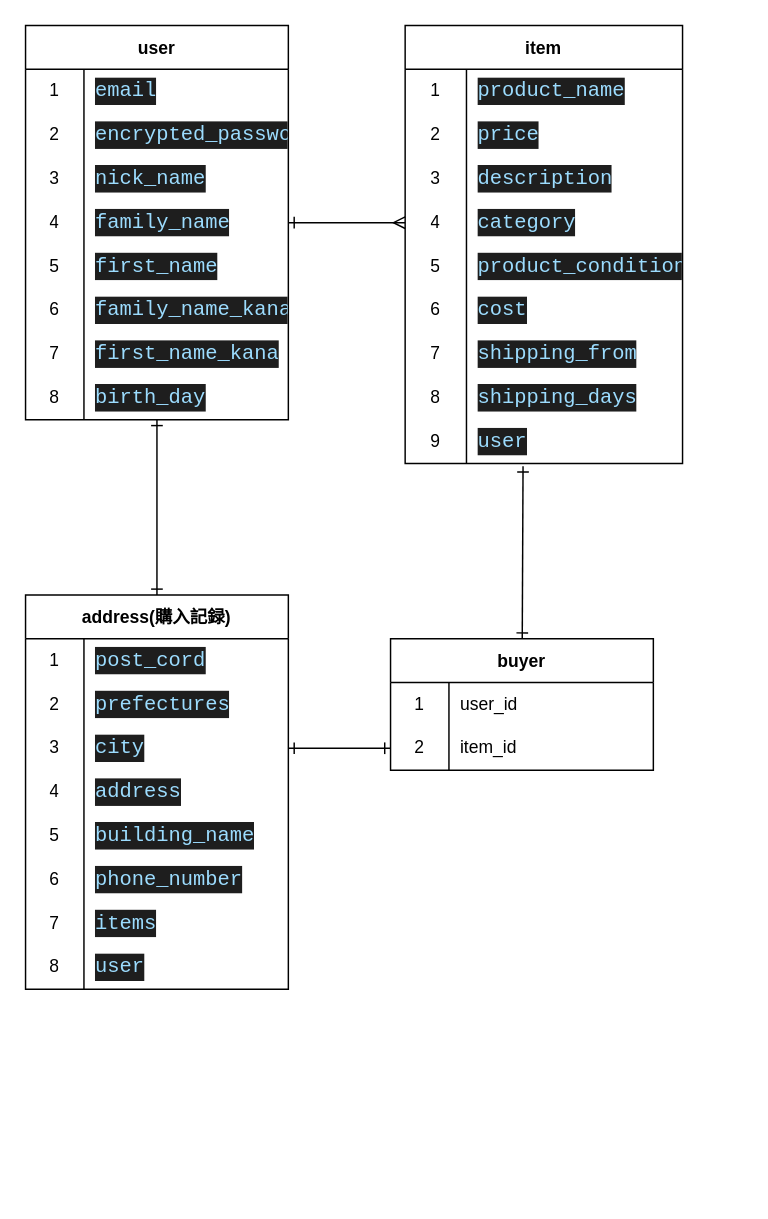
k-zyw/furima-39194-a keeps this draw.io diagram as frima.dio. Above is the earlier version. Source tidied: cells renumbered, new cells numbered last; positions are measured from the earlier drawing's top-left corner, leaving out a move shared by most shapes. Both pictures are drawn from the tidied source at 146%, with x=0, y=0 at pixel (25, 25).
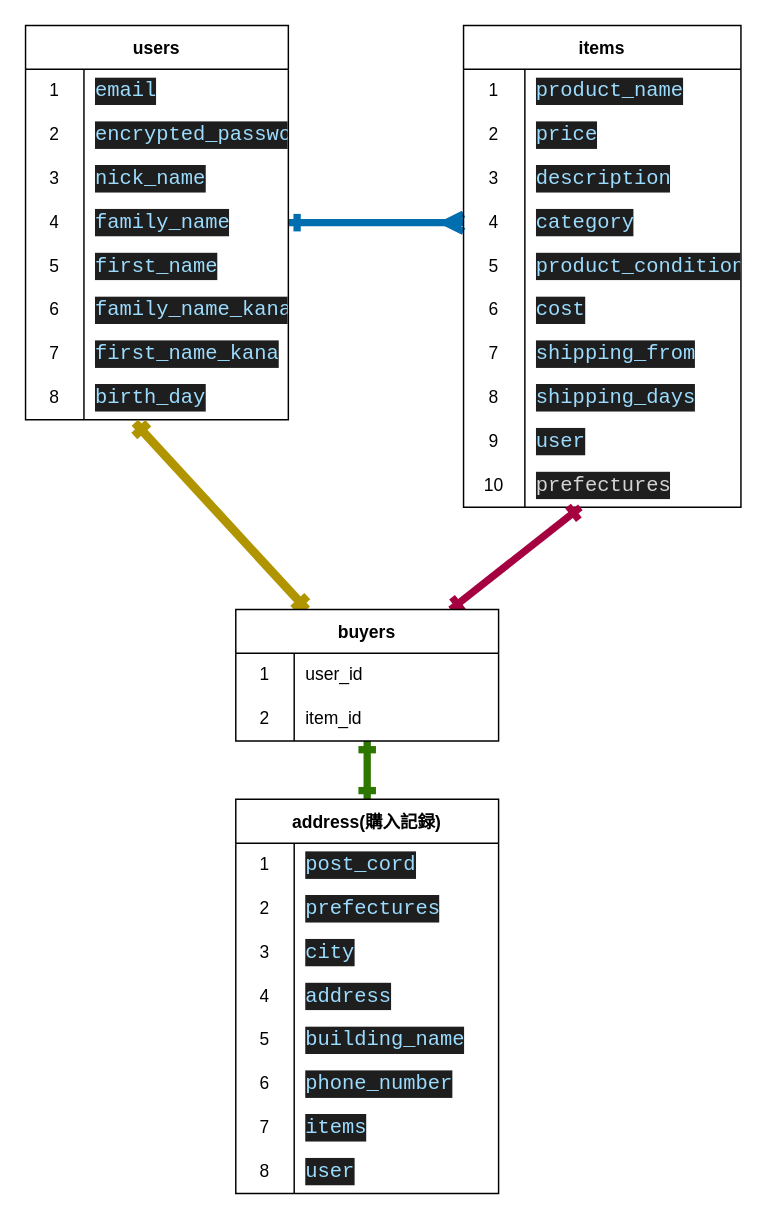
The same diagram, later.

The change refers to these unchanged cells:
```xml
<mxCell id="25" style="shape=tableRow;horizontal=0;startSize=0;swimlaneHead=0;swimlaneBody=0;top=0;left=0;bottom=0;right=0;fillColor=none;points=[[0,0.5],[1,0.5]];portConstraint=eastwest;" parent="3" vertex="1">
  <mxGeometry y="240" width="180" height="30" as="geometry" />
</mxCell>
<mxCell id="38" style="shape=tableRow;horizontal=0;startSize=0;swimlaneHead=0;swimlaneBody=0;top=0;left=0;bottom=0;right=0;fillColor=none;points=[[0,0.5],[1,0.5]];portConstraint=eastwest;" parent="28" vertex="1">
  <mxGeometry y="120" width="190" height="30" as="geometry" />
</mxCell>
<mxCell id="53" style="shape=tableRow;horizontal=0;startSize=0;swimlaneHead=0;swimlaneBody=0;top=0;left=0;bottom=0;right=0;fillColor=none;points=[[0,0.5],[1,0.5]];portConstraint=eastwest;" parent="28" vertex="1">
  <mxGeometry y="270" width="190" height="30" as="geometry" />
</mxCell>
<mxCell id="64" style="shape=tableRow;horizontal=0;startSize=0;swimlaneHead=0;swimlaneBody=0;top=0;left=0;bottom=0;right=0;fillColor=none;points=[[0,0.5],[1,0.5]];portConstraint=eastwest;" parent="57" vertex="1">
  <mxGeometry y="90" width="180" height="30" as="geometry" />
</mxCell>
<mxCell id="87" style="shape=tableRow;horizontal=0;startSize=0;swimlaneHead=0;swimlaneBody=0;top=0;left=0;bottom=0;right=0;fillColor=none;points=[[0,0.5],[1,0.5]];portConstraint=eastwest;" parent="83" vertex="1">
  <mxGeometry y="60" width="180" height="30" as="geometry" />
</mxCell>
```

What changed in the source:
```diff
@@
-    <mxCell id="2" style="edgeStyle=none;html=1;entryX=0;entryY=0.5;entryDx=0;entryDy=0;endArrow=ERmany;endFill=0;startArrow=ERone;startFill=0;" parent="1" edge="1" source="3" target="38">
+    <mxCell id="2" style="edgeStyle=none;html=1;entryX=0;entryY=0.5;entryDx=0;entryDy=0;endArrow=ERmany;endFill=0;startArrow=ERone;startFill=0;fillColor=#1ba1e2;strokeColor=#006EAF;strokeWidth=5;" parent="1" edge="1" source="3" target="38">
       <mxGeometry relative="1" as="geometry" />
     </mxCell>
-    <mxCell id="3" value="user" style="shape=table;startSize=30;childLayout=tableLayout;rowLines=0;fontStyle=1;" parent="1" vertex="1">
+    <mxCell id="3" value="users" style="shape=table;startSize=30;childLayout=tableLayout;rowLines=0;fontStyle=1;" parent="1" vertex="1">
       <mxGeometry width="180" height="270" as="geometry" />
     </mxCell>
@@
-    <mxCell id="28" value="item" style="shape=table;startSize=30;childLayout=tableLayout;rowLines=0;fontStyle=1;" parent="1" vertex="1">
-      <mxGeometry x="260" width="190" height="300" as="geometry" />
+    <mxCell id="28" value="items" style="shape=table;startSize=30;childLayout=tableLayout;rowLines=0;fontStyle=1;" parent="1" vertex="1">
+      <mxGeometry x="300" width="190" height="330" as="geometry" />
     </mxCell>
@@
-    <mxCell id="56" style="edgeStyle=none;html=1;startArrow=ERone;startFill=0;endArrow=ERone;endFill=0;" parent="1" edge="1" source="57" target="25">
-      <mxGeometry relative="1" as="geometry" />
-    </mxCell>
+    <mxCell id="91" style="shape=tableRow;horizontal=0;startSize=0;swimlaneHead=0;swimlaneBody=0;top=0;left=0;bottom=0;right=0;fillColor=none;" parent="28" vertex="1">
+      <mxGeometry y="300" width="190" height="30" as="geometry" />
+    </mxCell>
+    <mxCell id="92" value="10" style="shape=partialRectangle;html=1;whiteSpace=wrap;fillColor=none;top=0;left=0;bottom=0;right=0;overflow=hidden;" parent="91" vertex="1">
+      <mxGeometry width="42" height="30" as="geometry" />
+    </mxCell>
+    <mxCell id="93" value="&lt;div style=&quot;color: rgb(212, 212, 212); background-color: rgb(30, 30, 30); font-family: Consolas, &amp;quot;Courier New&amp;quot;, monospace; font-size: 14px; line-height: 19px;&quot;&gt;&lt;div style=&quot;line-height: 19px;&quot;&gt;prefectures&lt;/div&gt;&lt;/div&gt;" style="shape=partialRectangle;html=1;whiteSpace=wrap;fillColor=none;top=0;left=0;bottom=0;right=0;align=left;spacingLeft=6;overflow=hidden;" parent="91" vertex="1">
+      <mxGeometry x="42" width="148" height="30" as="geometry" />
+    </mxCell>
+    <mxCell id="94" style="edgeStyle=none;html=1;startArrow=ERone;startFill=0;endArrow=ERone;endFill=0;fillColor=#60a917;strokeColor=#2D7600;strokeWidth=5;" parent="1" edge="1" source="57" target="87">
+      <mxGeometry relative="1" as="geometry" />
+    </mxCell>
     <mxCell id="57" value="address(購入記録)" style="shape=table;startSize=30;childLayout=tableLayout;rowLines=0;fontStyle=1;" parent="1" vertex="1">
-      <mxGeometry y="390" width="180" height="270" as="geometry" />
+      <mxGeometry x="144" y="530" width="180" height="270" as="geometry" />
     </mxCell>
@@
-    <mxCell id="82" style="edgeStyle=none;html=1;entryX=0.425;entryY=1.06;entryDx=0;entryDy=0;entryPerimeter=0;startArrow=ERone;startFill=0;endArrow=ERone;endFill=0;" parent="1" edge="1" source="83" target="53">
-      <mxGeometry relative="1" as="geometry" />
+    <mxCell id="82" style="edgeStyle=none;html=1;startArrow=ERone;startFill=0;endArrow=ERone;endFill=0;fillColor=#d80073;strokeColor=#A50040;strokeWidth=5;" parent="1" edge="1" source="83">
+      <mxGeometry relative="1" as="geometry">
+        <mxPoint x="380" y="330" as="targetPoint" />
+      </mxGeometry>
     </mxCell>
+    <mxCell id="95" style="edgeStyle=none;html=1;entryX=0.416;entryY=1.067;entryDx=0;entryDy=0;entryPerimeter=0;startArrow=ERone;startFill=0;endArrow=ERone;endFill=0;fillColor=#e3c800;strokeColor=#B09500;strokeWidth=6;" parent="1" edge="1" source="83" target="25">
+      <mxGeometry relative="1" as="geometry" />
+    </mxCell>
-    <mxCell id="83" value="buyer" style="shape=table;startSize=30;childLayout=tableLayout;rowLines=0;fontStyle=1;" parent="1" vertex="1">
-      <mxGeometry x="250" y="420" width="180" height="90" as="geometry" />
+    <mxCell id="83" value="buyers" style="shape=table;startSize=30;childLayout=tableLayout;rowLines=0;fontStyle=1;" parent="1" vertex="1">
+      <mxGeometry x="144" y="400" width="180" height="90" as="geometry" />
     </mxCell>
@@
-    <mxCell id="90" style="edgeStyle=none;html=1;entryX=0;entryY=0.5;entryDx=0;entryDy=0;startArrow=ERone;startFill=0;endArrow=ERone;endFill=0;" parent="1" edge="1" source="64" target="87">
-      <mxGeometry relative="1" as="geometry" />
-    </mxCell>
```
